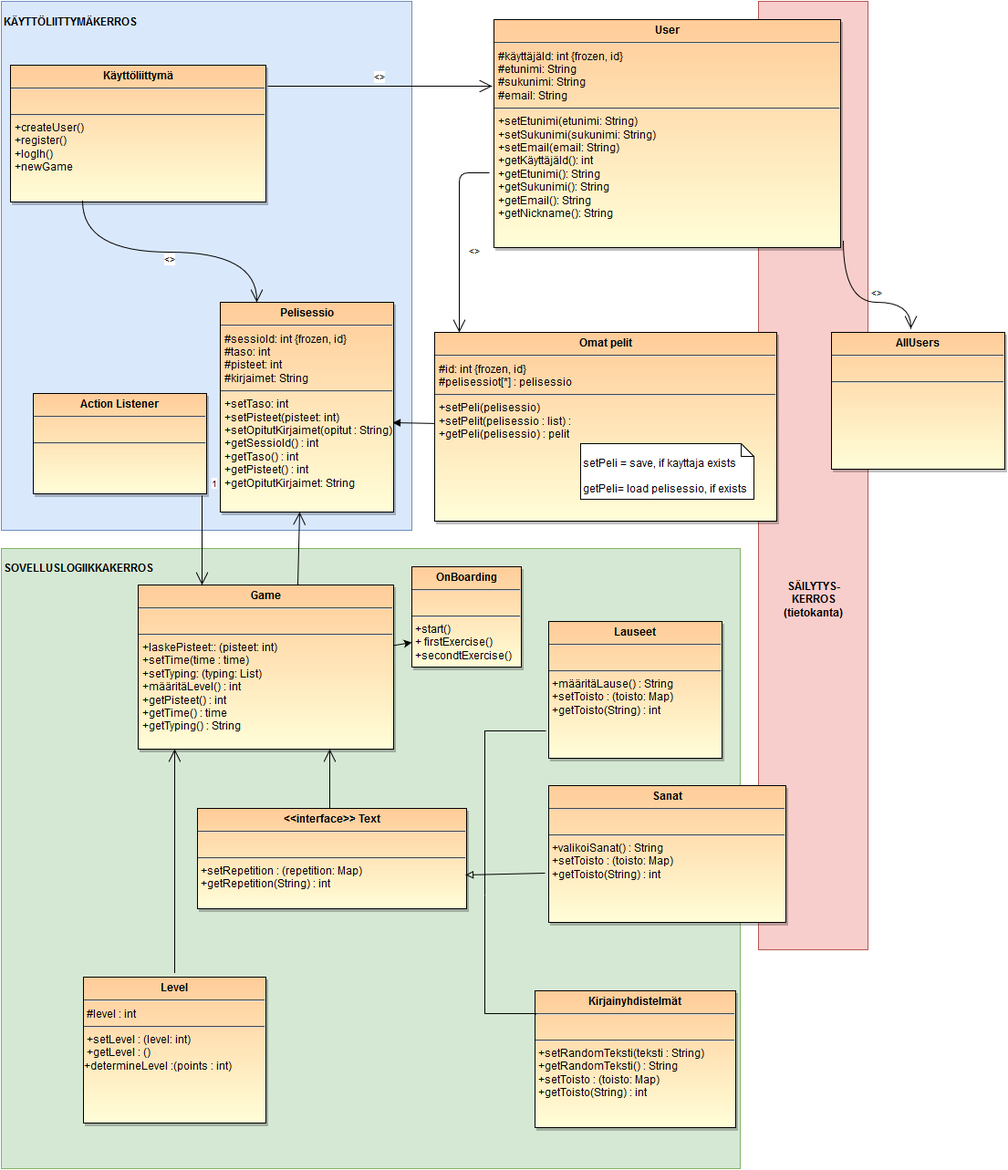
This is dokumentaatio/luokkakaavio.png from MelDv/TypeTutor, a draw.io export, as it was before one commit. Source tidied: cells renumbered, new cells last; positions are measured from the earlier drawing's top-left corner, leaving out a move shared by most shapes.
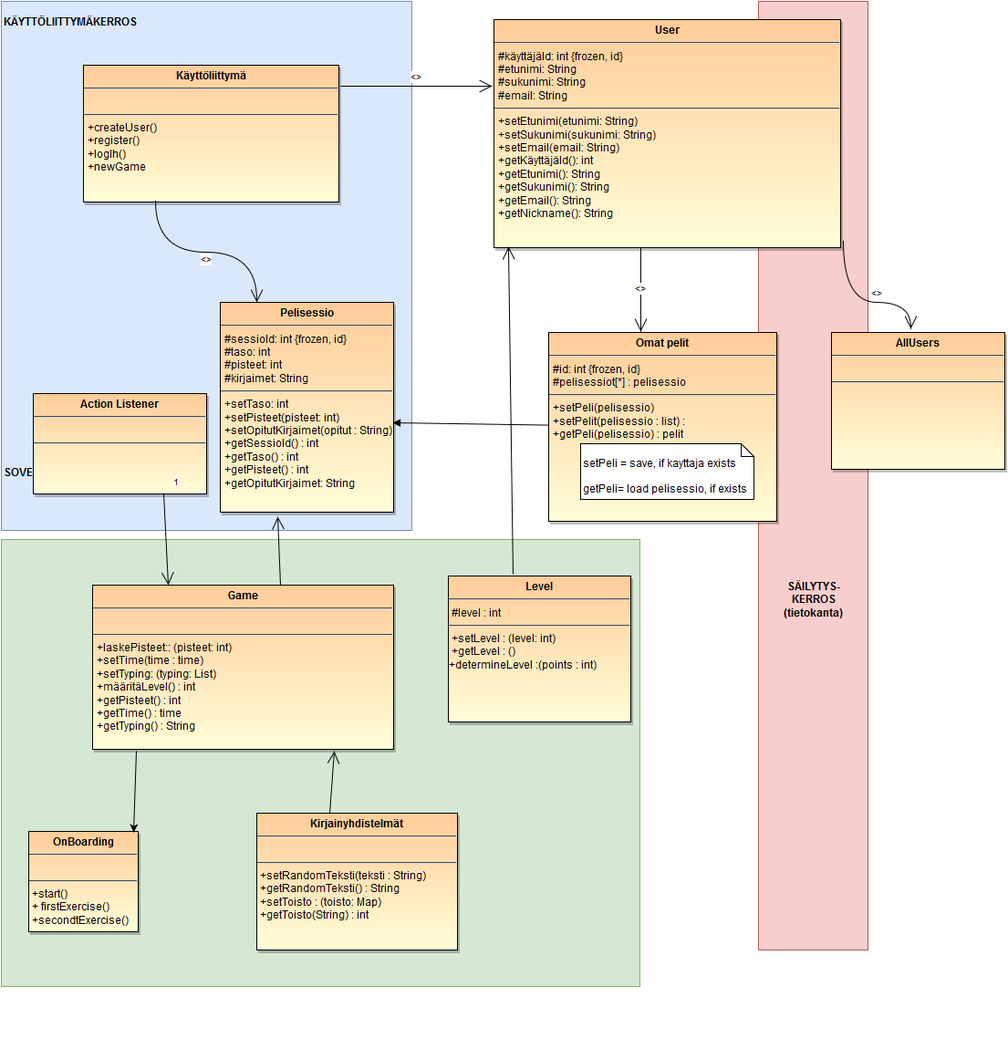
After the change.

Diff of the diagram source:
```diff
@@ -9,10 +9,10 @@
       <mxGeometry x="830" width="120" height="1040" as="geometry" />
     </mxCell>
     <mxCell id="4" value="&lt;b&gt;SOVELLUSLOGIIKKAKERROS&lt;br&gt;&lt;br&gt;&lt;br&gt;&lt;/b&gt;&lt;div align=&quot;left&quot;&gt;&lt;div align=&quot;left&quot;&gt;&lt;br&gt;&lt;br&gt;&lt;br&gt;&lt;br&gt;&lt;br&gt;&lt;br&gt;&lt;br&gt;&lt;br&gt;&lt;br&gt;&lt;br&gt;&lt;br&gt;&lt;br&gt;&lt;br&gt;&lt;br&gt;&lt;br&gt;&lt;br&gt;&lt;br&gt;&lt;br&gt;&lt;br&gt;&lt;br&gt;&lt;br&gt;&lt;br&gt;&lt;br&gt;&lt;br&gt;&lt;br&gt;&lt;br&gt;&lt;br&gt;&lt;br&gt;&lt;br&gt;&lt;br&gt;&lt;br&gt;&lt;br&gt;&lt;br&gt;&lt;br&gt;&lt;br&gt;&lt;br&gt;&lt;br&gt;&lt;br&gt;&lt;br&gt;&lt;br&gt;&lt;br&gt;&lt;/div&gt;&lt;b&gt;&lt;br&gt;&lt;/b&gt;&lt;/div&gt;" style="whiteSpace=wrap;html=1;fillColor=#d5e8d4;strokeColor=#82b366;align=left;" parent="1" vertex="1">
-      <mxGeometry y="600" width="810" height="680" as="geometry" />
+      <mxGeometry y="590" width="700" height="490" as="geometry" />
     </mxCell>
     <mxCell id="5" value="&lt;p style=&quot;margin: 0px ; margin-top: 4px ; text-align: center&quot;&gt;&lt;strong&gt;Käyttöliittymä&lt;/strong&gt;&lt;/p&gt;&lt;hr&gt;&lt;p style=&quot;margin: 0px ; margin-left: 4px&quot;&gt;&lt;br&gt;&lt;/p&gt;&lt;hr&gt;&lt;p style=&quot;margin: 0px ; margin-left: 4px&quot;&gt;+createUser()&lt;/p&gt;&lt;p style=&quot;margin: 0px ; margin-left: 4px&quot;&gt;+register()&lt;/p&gt;&lt;p style=&quot;margin: 0px ; margin-left: 4px&quot;&gt;+logIh()&lt;/p&gt;&lt;p style=&quot;margin: 0px ; margin-left: 4px&quot;&gt;+newGame&lt;br&gt;&lt;/p&gt;&lt;br&gt;" style="shadow=1;fillColor=#FFCC99;gradientColor=#FFFED8;verticalAlign=top;align=left;overflow=fill;fontSize=12;fontFamily=Helvetica;html=1;" parent="1" vertex="1">
-      <mxGeometry x="10" y="70" width="280" height="150" as="geometry" />
+      <mxGeometry x="90" y="70" width="280" height="150" as="geometry" />
     </mxCell>
     <mxCell id="6" value="&lt;p style=&quot;margin: 0px ; margin-top: 4px ; text-align: center&quot;&gt;&lt;strong&gt;User&lt;br&gt;&lt;/strong&gt;&lt;/p&gt;&lt;hr&gt;&lt;p style=&quot;margin: 0px ; margin-left: 4px&quot;&gt;#käyttäjäId: int {frozen, id}&lt;/p&gt;&lt;p style=&quot;margin: 0px ; margin-left: 4px&quot;&gt;#etunimi: String&lt;/p&gt;&lt;p style=&quot;margin: 0px ; margin-left: 4px&quot;&gt;#sukunimi: String&lt;/p&gt;&lt;p style=&quot;margin: 0px ; margin-left: 4px&quot;&gt;#email: String&lt;/p&gt;&lt;hr&gt;&lt;p style=&quot;margin: 0px ; margin-left: 4px&quot;&gt;+setEtunimi(etunimi: String)&lt;/p&gt;&lt;p style=&quot;margin: 0px ; margin-left: 4px&quot;&gt;+setSukunimi(sukunimi: String)&lt;/p&gt;&lt;p style=&quot;margin: 0px ; margin-left: 4px&quot;&gt;+setEmail(email: String)&lt;/p&gt;&lt;p style=&quot;margin: 0px ; margin-left: 4px&quot;&gt;+getKäyttäjäId(): int&lt;br&gt;&lt;/p&gt;&lt;p style=&quot;margin: 0px ; margin-left: 4px&quot;&gt;+getEtunimi(): String&lt;/p&gt;&lt;p style=&quot;margin: 0px ; margin-left: 4px&quot;&gt;+getSukunimi(): String&lt;/p&gt;&lt;p style=&quot;margin: 0px ; margin-left: 4px&quot;&gt;+getEmail(): String&lt;/p&gt;&lt;p style=&quot;margin: 0px ; margin-left: 4px&quot;&gt;+getNickname(): String&lt;/p&gt;&lt;p style=&quot;margin: 0px ; margin-left: 4px&quot;&gt;&lt;br&gt;&lt;/p&gt;&lt;p style=&quot;margin: 0px ; margin-left: 4px&quot;&gt;&lt;br&gt;&lt;/p&gt;" style="shadow=1;fillColor=#FFCC99;gradientColor=#FFFED8;verticalAlign=top;align=left;overflow=fill;fontSize=12;fontFamily=Helvetica;html=1;" parent="1" vertex="1">
       <mxGeometry x="540" y="20" width="380" height="250" as="geometry" />
@@ -22,18 +22,15 @@
         <mxPoint x="538" y="93" as="targetPoint" />
       </mxGeometry>
     </mxCell>
-    <mxCell id="8" value="&lt;&lt;use&gt;&gt;" style="endArrow=open;endSize=12;startArrow=none;startSize=10;startFill=0;edgeStyle=elbowEdgeStyle;sourcePerimeterSpacing=5;elbow=horizontal;html=1;" parent="1" edge="1" target="27">
+    <mxCell id="8" value="&lt;&lt;use&gt;&gt;" style="endArrow=open;endSize=12;startArrow=none;startSize=10;startFill=0;sourcePerimeterSpacing=5;elbow=horizontal;html=1;exitX=0.424;exitY=1;exitPerimeter=0;" parent="1" edge="1" source="6">
       <mxGeometry x="10" y="10" as="geometry">
-        <mxPoint x="535" y="188" as="sourcePoint" />
-        <Array as="points">
-          <mxPoint x="502" y="190" />
-        </Array>
+        <mxPoint x="701" y="362" as="targetPoint" />
       </mxGeometry>
     </mxCell>
     <mxCell id="9" value="&lt;p style=&quot;margin: 0px ; margin-top: 4px ; text-align: center&quot;&gt;&lt;strong&gt;Game&lt;/strong&gt;&lt;/p&gt;&lt;hr&gt;&lt;p style=&quot;margin: 0px ; margin-left: 4px&quot;&gt;&lt;br&gt;&lt;/p&gt;&lt;hr&gt;&lt;p style=&quot;margin: 0px ; margin-left: 4px&quot;&gt;+laskePisteet:: (pisteet: int)&lt;/p&gt;&lt;p style=&quot;margin: 0px ; margin-left: 4px&quot;&gt;+setTime(time : time)&lt;/p&gt;&lt;p style=&quot;margin: 0px ; margin-left: 4px&quot;&gt;+setTyping: (typing: List)&lt;br&gt;&lt;/p&gt;&lt;p style=&quot;margin: 0px ; margin-left: 4px&quot;&gt;+määritäLevel() : int&lt;/p&gt;&lt;p style=&quot;margin: 0px ; margin-left: 4px&quot;&gt;+getPisteet() : int&lt;/p&gt;&lt;p style=&quot;margin: 0px ; margin-left: 4px&quot;&gt;+getTime() : time&lt;/p&gt;&lt;p style=&quot;margin: 0px ; margin-left: 4px&quot;&gt;+getTyping() : String&lt;br&gt;&lt;/p&gt;" style="shadow=1;fillColor=#FFCC99;gradientColor=#FFFED8;verticalAlign=top;align=left;overflow=fill;fontSize=12;fontFamily=Helvetica;html=1;" parent="1" vertex="1">
-      <mxGeometry x="150" y="640" width="280" height="180" as="geometry" />
+      <mxGeometry x="100" y="640" width="330" height="180" as="geometry" />
     </mxCell>
-    <mxCell id="10" style="endArrow=open;endSize=12;startArrow=none;startSize=10;startFill=0;sourcePerimeterSpacing=5;align=right;elbow=horizontal;verticalAlign=top;html=1;entryX=0.459;entryY=1;entryPerimeter=0;exitX=0.625;exitY=0;exitPerimeter=0;" parent="1" edge="1" source="9" target="13">
+    <mxCell id="10" style="endArrow=open;endSize=12;startArrow=none;startSize=10;startFill=0;sourcePerimeterSpacing=5;align=right;elbow=horizontal;verticalAlign=top;html=1;entryX=0.332;entryY=1.022;entryPerimeter=0;exitX=0.625;exitY=0;exitPerimeter=0;" parent="1" edge="1" source="9" target="13">
       <mxGeometry as="geometry">
         <mxPoint x="-10.5" y="32.5" as="offset" />
       </mxGeometry>
@@ -54,51 +51,14 @@
         <mxPoint y="10" as="offset" />
       </mxGeometry>
     </mxCell>
-    <mxCell id="15" value="&lt;p style=&quot;margin: 0px ; margin-top: 4px ; text-align: center&quot;&gt;&lt;strong&gt;Sanat&lt;br&gt;&lt;/strong&gt;&lt;/p&gt;&lt;hr&gt;&lt;br&gt;&lt;hr&gt;&amp;nbsp;+valikoiSanat() : String&lt;br&gt;&amp;nbsp;+setToisto : (toisto: Map) &lt;br&gt;&amp;nbsp;+getToisto(String) : int" style="shadow=1;fillColor=#FFCC99;gradientColor=#FFFED8;verticalAlign=top;align=left;overflow=fill;fontSize=12;fontFamily=Helvetica;html=1;" parent="1" vertex="1">
-      <mxGeometry x="600" y="860" width="260" height="150" as="geometry" />
-    </mxCell>
     <mxCell id="16" value="&lt;p style=&quot;margin: 0px ; margin-top: 4px ; text-align: center&quot;&gt;&lt;strong&gt;Kirjainyhdistelmät&lt;br&gt;&lt;/strong&gt;&lt;/p&gt;&lt;hr&gt;&lt;br&gt;&lt;hr&gt;&amp;nbsp;+setRandomTeksti(teksti : String)&lt;br&gt;&amp;nbsp;+getRandomTeksti() : String&lt;br&gt;&amp;nbsp;+setToisto : (toisto: Map) &lt;br&gt;&amp;nbsp;+getToisto(String) : int&lt;br&gt;&lt;p style=&quot;margin: 0px ; margin-left: 4px&quot;&gt;&lt;br&gt;&lt;/p&gt;" style="shadow=1;fillColor=#FFCC99;gradientColor=#FFFED8;verticalAlign=top;align=left;overflow=fill;fontSize=12;fontFamily=Helvetica;html=1;" parent="1" vertex="1">
-      <mxGeometry x="585" y="1085" width="220" height="150" as="geometry" />
+      <mxGeometry x="280" y="890" width="220" height="150" as="geometry" />
     </mxCell>
-    <mxCell id="17" value="&lt;p style=&quot;margin: 0px ; margin-top: 4px ; text-align: center&quot;&gt;&lt;strong&gt;Lauseet&lt;br&gt;&lt;/strong&gt;&lt;/p&gt;&lt;hr&gt;&lt;br&gt;&lt;hr&gt;&amp;nbsp;+määritäLause() : String&lt;br&gt;&amp;nbsp;+setToisto : (toisto: Map) &lt;br&gt;&amp;nbsp;+getToisto(String) : int&lt;p&gt;&lt;br&gt;&lt;/p&gt;" style="shadow=1;fillColor=#FFCC99;gradientColor=#FFFED8;verticalAlign=top;align=left;overflow=fill;fontSize=12;fontFamily=Helvetica;html=1;" parent="1" vertex="1">
-      <mxGeometry x="600" y="680" width="190" height="150" as="geometry" />
-    </mxCell>
     <mxCell id="18" value="&lt;p style=&quot;margin: 0px ; margin-top: 4px ; text-align: center&quot;&gt;&lt;strong&gt;Action Listener&lt;br&gt;&lt;/strong&gt;&lt;/p&gt;&lt;hr&gt;&lt;br&gt;&lt;hr&gt;&amp;nbsp;&lt;br&gt;&lt;p style=&quot;margin: 0px ; margin-left: 4px&quot;&gt;&lt;br&gt;&lt;/p&gt;" style="shadow=1;fillColor=#FFCC99;gradientColor=#FFFED8;verticalAlign=top;align=left;overflow=fill;fontSize=12;fontFamily=Helvetica;html=1;" parent="1" vertex="1">
       <mxGeometry x="35" y="430" width="190" height="110" as="geometry" />
     </mxCell>
-    <mxCell id="19" value="&lt;p style=&quot;margin: 0px ; margin-top: 4px ; text-align: center&quot;&gt;&lt;strong&gt;&amp;lt;&amp;lt;interface&amp;gt;&amp;gt; Text&lt;br&gt;&lt;/strong&gt;&lt;/p&gt;&lt;hr&gt;&lt;br&gt;&lt;hr&gt;&amp;nbsp;+setRepetition : (repetition: Map) &lt;br&gt;&amp;nbsp;+getRepetition(String) : int&lt;p&gt;&lt;br&gt;&lt;/p&gt;" style="shadow=1;fillColor=#FFCC99;gradientColor=#FFFED8;verticalAlign=top;align=left;overflow=fill;fontSize=12;fontFamily=Helvetica;html=1;" parent="1" vertex="1">
-      <mxGeometry x="215" y="885" width="295" height="110" as="geometry" />
-    </mxCell>
-    <mxCell id="20" style="html=1;verticalAlign=bottom;endArrow=none;edgeStyle=elbowEdgeStyle;elbow=vertical;endFill=0;rounded=0;exitX=-0.016;exitY=0.8;exitPerimeter=0;" parent="1" edge="1" source="17">
-      <mxGeometry relative="1" as="geometry">
-        <mxPoint x="530" y="980" as="targetPoint" />
-        <Array as="points">
-          <mxPoint x="540" y="800" />
-          <mxPoint x="540" y="855" />
-          <mxPoint x="560" y="855" />
-          <mxPoint x="520" y="870" />
-          <mxPoint x="550" y="830" />
-          <mxPoint x="410" y="1025" />
-        </Array>
-      </mxGeometry>
-    </mxCell>
-    <mxCell id="21" style="html=1;verticalAlign=bottom;endArrow=none;edgeStyle=elbowEdgeStyle;elbow=vertical;endFill=0;rounded=0;exitX=0.006;exitY=0.174;exitPerimeter=0;" parent="1" edge="1" source="16">
-      <mxGeometry x="30.7" y="1149.5" as="geometry">
-        <mxPoint x="530" y="980" as="targetPoint" />
-        <Array as="points">
-          <mxPoint x="560" y="1110" />
-          <mxPoint x="600" y="1020" />
-          <mxPoint x="520" y="990" />
-          <mxPoint x="500" y="1120" />
-        </Array>
-      </mxGeometry>
-    </mxCell>
-    <mxCell id="22" style="html=1;verticalAlign=bottom;endArrow=block;elbow=vertical;endFill=0;exitX=-0.015;exitY=0.64;exitPerimeter=0;entryX=0.997;entryY=0.664;entryPerimeter=0;" parent="1" edge="1" source="15" target="19">
-      <mxGeometry x="30.7" y="1149.5" as="geometry" />
-    </mxCell>
-    <mxCell id="23" style="endArrow=open;endSize=12;startArrow=none;startSize=10;startFill=0;sourcePerimeterSpacing=5;align=right;elbow=horizontal;verticalAlign=top;html=1;entryX=0.25;entryY=0;" parent="1" edge="1" target="9">
+    <mxCell id="23" style="endArrow=open;endSize=12;startArrow=none;startSize=10;startFill=0;sourcePerimeterSpacing=5;align=right;elbow=horizontal;verticalAlign=top;html=1;entryX=0.25;entryY=0;exitX=0.75;exitY=1;" parent="1" edge="1" source="18" target="9">
       <mxGeometry x="143" y="10" as="geometry">
-        <mxPoint x="220" y="542" as="sourcePoint" />
         <mxPoint x="-10.5" y="32.5" as="offset" />
       </mxGeometry>
     </mxCell>
@@ -107,9 +67,9 @@
         <mxPoint x="8" y="-25" as="offset" />
       </mxGeometry>
     </mxCell>
-    <mxCell id="25" style="endArrow=open;endSize=12;startArrow=none;startSize=10;startFill=0;sourcePerimeterSpacing=5;align=right;elbow=horizontal;verticalAlign=top;html=1;entryX=0.75;entryY=1;" parent="1" edge="1" target="9">
+    <mxCell id="25" style="endArrow=open;endSize=12;startArrow=none;startSize=10;startFill=0;sourcePerimeterSpacing=5;align=right;elbow=horizontal;verticalAlign=top;html=1;entryX=0.803;entryY=1.011;entryPerimeter=0;" parent="1" edge="1" target="9">
       <mxGeometry x="3" y="296" as="geometry">
-        <mxPoint x="360" y="860" as="sourcePoint" />
+        <mxPoint x="360" y="890" as="sourcePoint" />
         <Array as="points">
           <mxPoint x="360" y="890" />
         </Array>
@@ -122,7 +82,7 @@
       </mxGeometry>
     </mxCell>
     <mxCell id="27" value="&lt;p style=&quot;margin: 0px ; margin-top: 4px ; text-align: center&quot;&gt;&lt;strong&gt;Omat pelit&lt;br&gt;&lt;/strong&gt;&lt;/p&gt;&lt;hr&gt;&lt;p style=&quot;margin: 0px ; margin-left: 4px&quot;&gt;#id: int {frozen, id}&lt;/p&gt;&lt;p style=&quot;margin: 0px ; margin-left: 4px&quot;&gt;#pelisessiot[*] : pelisessio&lt;br&gt;&lt;/p&gt;&lt;hr&gt;&lt;p style=&quot;margin: 0px ; margin-left: 4px&quot;&gt;+setPeli(pelisessio)&lt;/p&gt;&lt;p style=&quot;margin: 0px ; margin-left: 4px&quot;&gt;+setPelit(pelisessio : list) : &lt;br&gt;&lt;/p&gt;&lt;p style=&quot;margin: 0px ; margin-left: 4px&quot;&gt;+getPeli(pelisessio) : pelit&lt;br&gt;&lt;/p&gt;" style="shadow=1;fillColor=#FFCC99;gradientColor=#FFFED8;verticalAlign=top;align=left;overflow=fill;fontSize=12;fontFamily=Helvetica;html=1;" parent="1" vertex="1">
-      <mxGeometry x="475" y="363" width="375" height="207" as="geometry" />
+      <mxGeometry x="600" y="363" width="250" height="207" as="geometry" />
     </mxCell>
     <mxCell id="28" value="&lt;br&gt;setPeli = save, if kayttaja exists&lt;br&gt;&lt;br&gt;getPeli= load pelisessio, if exists&lt;br&gt;" style="shape=note;whiteSpace=wrap;html=1;size=14;verticalAlign=top;align=left;spacingTop=-6;" parent="1" vertex="1">
       <mxGeometry x="635" y="485" width="190" height="61" as="geometry" />
@@ -131,19 +91,18 @@
       <mxGeometry x="910" y="363" width="190" height="150" as="geometry" />
     </mxCell>
     <mxCell id="30" value="&lt;p style=&quot;margin: 0px ; margin-top: 4px ; text-align: center&quot;&gt;&lt;strong&gt;OnBoarding&lt;br&gt;&lt;/strong&gt;&lt;/p&gt;&lt;hr&gt;&lt;br&gt;&lt;hr&gt;&amp;nbsp;+start()&lt;br&gt;&amp;nbsp;+ firstExercise()&lt;br&gt;&amp;nbsp;+secondtExercise()&lt;p&gt;&lt;br&gt;&lt;/p&gt;" style="shadow=1;fillColor=#FFCC99;gradientColor=#FFFED8;verticalAlign=top;align=left;overflow=fill;fontSize=12;fontFamily=Helvetica;html=1;" parent="1" vertex="1">
-      <mxGeometry x="450" y="620" width="120" height="110" as="geometry" />
+      <mxGeometry x="30" y="910" width="120" height="110" as="geometry" />
     </mxCell>
     <mxCell id="31" value="&lt;p style=&quot;margin: 0px ; margin-top: 4px ; text-align: center&quot;&gt;&lt;strong&gt;Level&lt;br&gt;&lt;/strong&gt;&lt;/p&gt;&lt;hr&gt;&amp;nbsp;#level : int&lt;br&gt;&lt;hr&gt;&amp;nbsp;+setLevel : (level: int)&lt;br&gt;&amp;nbsp;+getLevel : ()&lt;br&gt;+determineLevel :(points : int)&lt;br&gt;&lt;p&gt;&lt;br&gt;&lt;/p&gt;" style="shadow=1;fillColor=#FFCC99;gradientColor=#FFFED8;verticalAlign=top;align=left;overflow=fill;fontSize=12;fontFamily=Helvetica;html=1;" parent="1" vertex="1">
-      <mxGeometry x="90" y="1070" width="200" height="160" as="geometry" />
+      <mxGeometry x="490" y="630" width="200" height="160" as="geometry" />
     </mxCell>
-    <mxCell id="32" style="endArrow=classic;html=1;entryX=0;entryY=0.75;" parent="1" edge="1" source="9" target="30">
+    <mxCell id="32" style="endArrow=classic;html=1;exitX=0.145;exitY=1.011;exitPerimeter=0;entryX=0.958;entryY=0.009;entryPerimeter=0;" parent="1" edge="1" source="9" target="30">
       <mxGeometry relative="1" as="geometry" />
     </mxCell>
-    <mxCell id="33" style="endArrow=open;endSize=12;startArrow=none;startSize=10;startFill=0;sourcePerimeterSpacing=5;align=right;elbow=horizontal;verticalAlign=top;html=1;entryX=0.143;entryY=1;entryPerimeter=0;" parent="1" edge="1" target="9">
+    <mxCell id="33" style="endArrow=open;endSize=12;startArrow=none;startSize=10;startFill=0;sourcePerimeterSpacing=5;align=right;elbow=horizontal;verticalAlign=top;html=1;entryX=0.042;entryY=0.996;entryPerimeter=0;exitX=0.355;exitY=-0.012;exitPerimeter=0;" parent="1" edge="1" source="31" target="6">
       <mxGeometry x="-167" y="416" as="geometry">
-        <mxPoint x="190" y="980" as="sourcePoint" />
         <Array as="points">
-          <mxPoint x="190" y="1070" />
+          <mxPoint x="560" y="560" />
         </Array>
         <mxPoint x="-10.5" y="32.5" as="offset" />
       </mxGeometry>
```
